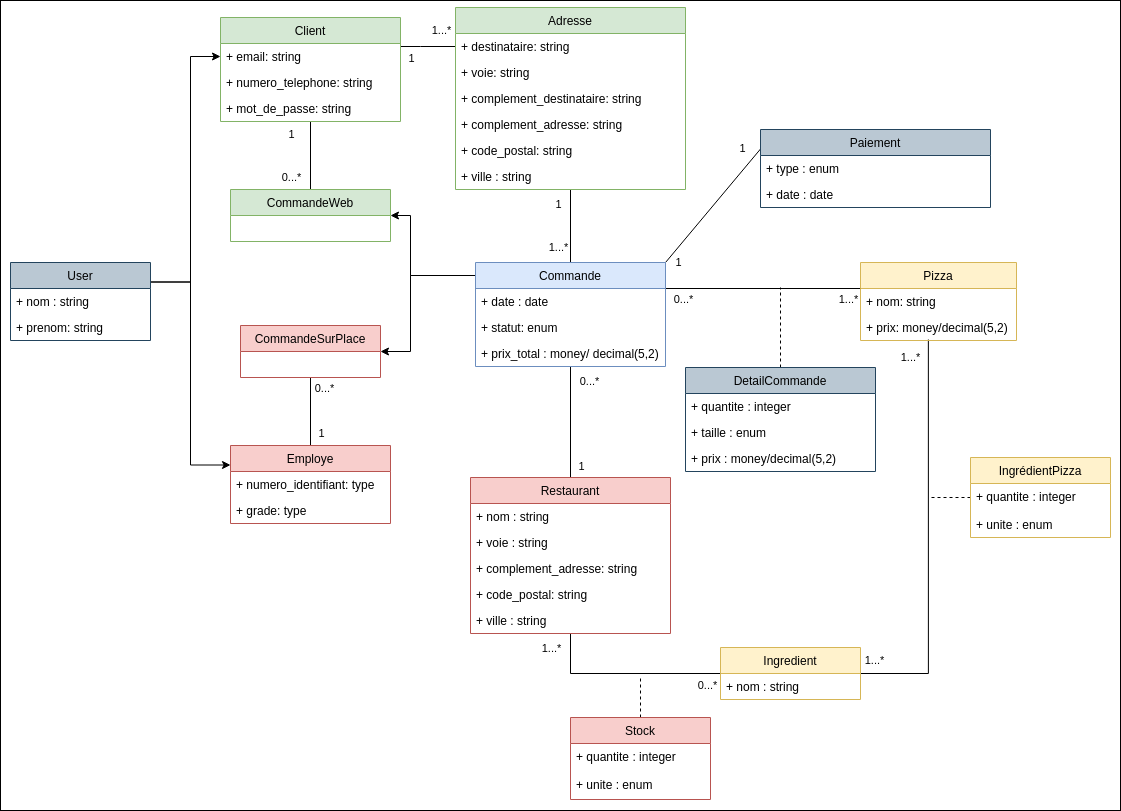
micktymoon/P6_pelletier_c-line keeps this draw.io diagram as P6_classe.png. Above is the earlier version. Source tidied: cells renumbered, new cells last; positions are measured from the earlier drawing's top-left corner, leaving out a move shared by most shapes.
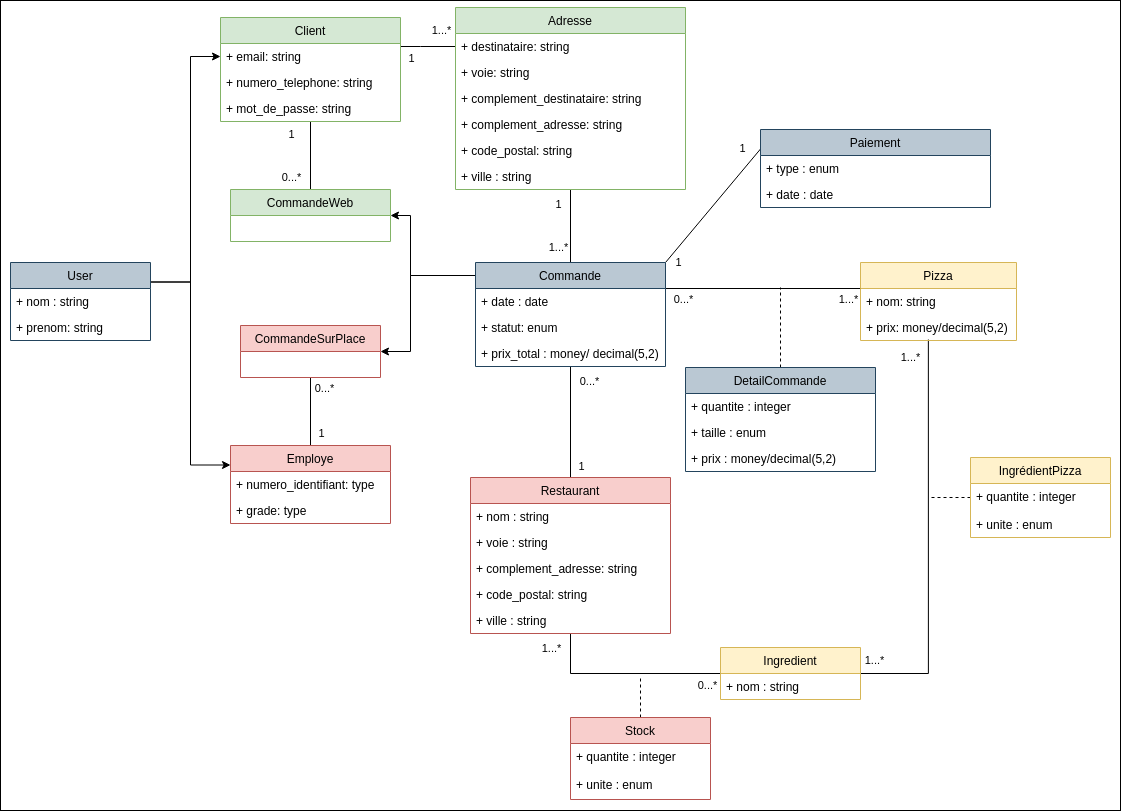
Above is the later version.

Commit message:
changement couleur

What changed in the source:
```diff
@@ -273,7 +273,7 @@
     <mxCell id="69" value="+ prenom: string" style="text;strokeColor=none;fillColor=none;align=left;verticalAlign=top;spacingLeft=4;spacingRight=4;overflow=hidden;" parent="67" vertex="1">
       <mxGeometry y="52" width="140" height="26" as="geometry" />
     </mxCell>
-    <mxCell id="70" value="Commande" style="swimlane;fontStyle=0;horizontal=1;startSize=26;fillColor=#dae8fc;strokeColor=#6c8ebf;" parent="1" vertex="1">
+    <mxCell id="70" value="Commande" style="swimlane;fontStyle=0;horizontal=1;startSize=26;fillColor=#bac8d3;strokeColor=#23445d;" parent="1" vertex="1">
       <mxGeometry x="475" y="262" width="190" height="104" as="geometry" />
     </mxCell>
     <mxCell id="71" value="+ date : date" style="text;strokeColor=none;fillColor=none;align=left;verticalAlign=top;spacingLeft=4;spacingRight=4;overflow=hidden;" parent="70" vertex="1">
```
